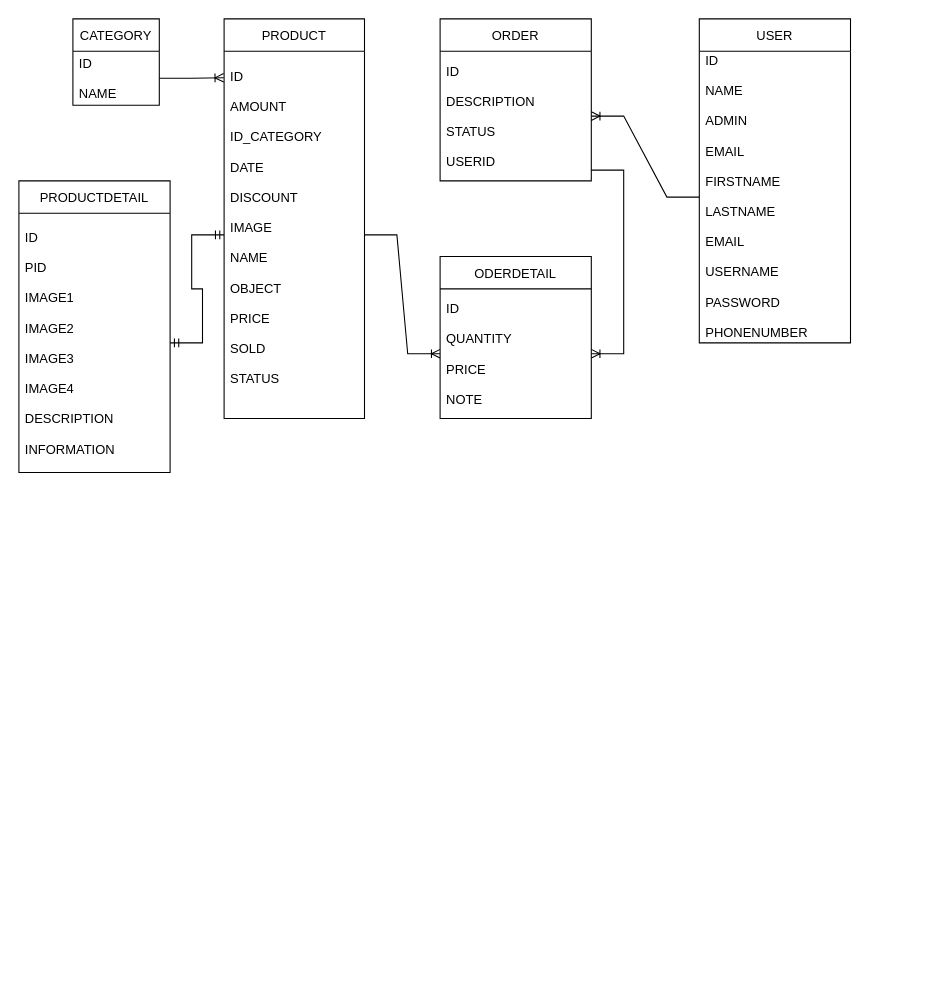
This is Database.drawio from hongvien123/PetShopApp, a draw.io file, before an edit. Source tidied: cells renumbered, new cells numbered last; positions are measured from the earlier drawing's top-left corner, leaving out a move shared by most shapes. Both pictures are drawn from the tidied source at 108%, with x=0, y=0 at pixel (18, 18).
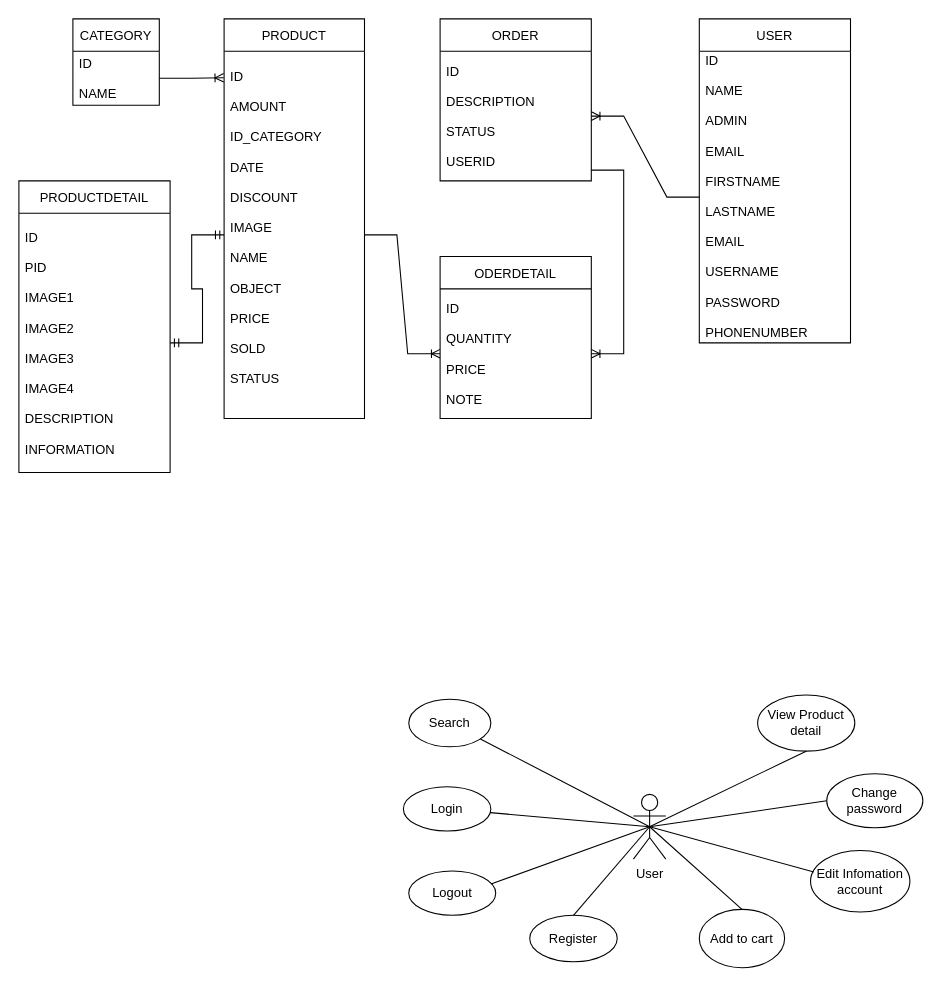
The same diagram, later.

Diff of the diagram source:
```diff
@@
+    <mxCell id="19" value="User" style="shape=umlActor;verticalLabelPosition=bottom;verticalAlign=top;html=1;outlineConnect=0;" parent="1" vertex="1">
+      <mxGeometry x="569" y="718" width="30" height="60" as="geometry" />
+    </mxCell>
+    <mxCell id="20" value="View Product detail" style="ellipse;whiteSpace=wrap;html=1;" parent="1" vertex="1">
+      <mxGeometry x="684" y="626" width="90" height="52" as="geometry" />
+    </mxCell>
+    <mxCell id="21" value="Search" style="ellipse;whiteSpace=wrap;html=1;" parent="1" vertex="1">
+      <mxGeometry x="361" y="630" width="76" height="44" as="geometry" />
+    </mxCell>
+    <mxCell id="22" value="Login" style="ellipse;whiteSpace=wrap;html=1;" parent="1" vertex="1">
+      <mxGeometry x="356" y="711" width="81" height="41" as="geometry" />
+    </mxCell>
+    <mxCell id="23" value="Logout" style="ellipse;whiteSpace=wrap;html=1;" parent="1" vertex="1">
+      <mxGeometry x="361" y="789" width="80.5" height="41" as="geometry" />
+    </mxCell>
+    <mxCell id="24" value="Register" style="ellipse;whiteSpace=wrap;html=1;" parent="1" vertex="1">
+      <mxGeometry x="473" y="830" width="81" height="43" as="geometry" />
+    </mxCell>
+    <mxCell id="25" value="Add to cart" style="ellipse;whiteSpace=wrap;html=1;" parent="1" vertex="1">
+      <mxGeometry x="630" y="824.5" width="79" height="54" as="geometry" />
+    </mxCell>
+    <mxCell id="26" value="Change password" style="ellipse;whiteSpace=wrap;html=1;" parent="1" vertex="1">
+      <mxGeometry x="748" y="699" width="89" height="50" as="geometry" />
+    </mxCell>
+    <mxCell id="27" value="Edit Infomation account" style="ellipse;whiteSpace=wrap;html=1;" parent="1" vertex="1">
+      <mxGeometry x="733" y="770" width="92" height="57" as="geometry" />
+    </mxCell>
+    <mxCell id="28" style="endArrow=none;html=1;rounded=0;exitX=0.946;exitY=0.293;exitDx=0;exitDy=0;exitPerimeter=0;entryX=0.5;entryY=0.5;entryDx=0;entryDy=0;entryPerimeter=0;" parent="1" edge="1" source="23" target="19">
+      <mxGeometry relative="1" as="geometry" />
+    </mxCell>
+    <mxCell id="29" style="endArrow=none;html=1;rounded=0;entryX=0.5;entryY=0.5;entryDx=0;entryDy=0;entryPerimeter=0;" parent="1" edge="1" source="22" target="19">
+      <mxGeometry relative="1" as="geometry" />
+    </mxCell>
+    <mxCell id="30" style="endArrow=none;html=1;rounded=0;entryX=0.5;entryY=0.5;entryDx=0;entryDy=0;entryPerimeter=0;" parent="1" edge="1" source="21" target="19">
+      <mxGeometry relative="1" as="geometry" />
+    </mxCell>
+    <mxCell id="31" style="endArrow=none;html=1;rounded=0;entryX=0.5;entryY=0;entryDx=0;entryDy=0;exitX=0.5;exitY=0.5;exitDx=0;exitDy=0;exitPerimeter=0;" parent="1" edge="1" source="19" target="24">
+      <mxGeometry relative="1" as="geometry" />
+    </mxCell>
+    <mxCell id="32" style="endArrow=none;html=1;rounded=0;entryX=0.5;entryY=1;entryDx=0;entryDy=0;exitX=0.5;exitY=0.5;exitDx=0;exitDy=0;exitPerimeter=0;" parent="1" edge="1" source="19" target="20">
+      <mxGeometry relative="1" as="geometry" />
+    </mxCell>
+    <mxCell id="33" style="endArrow=none;html=1;rounded=0;entryX=0;entryY=0.5;entryDx=0;entryDy=0;" parent="1" edge="1" target="26">
+      <mxGeometry relative="1" as="geometry">
+        <mxPoint x="584" y="748" as="sourcePoint" />
+      </mxGeometry>
+    </mxCell>
+    <mxCell id="34" style="endArrow=none;html=1;rounded=0;exitX=0.5;exitY=0.5;exitDx=0;exitDy=0;exitPerimeter=0;entryX=0.033;entryY=0.349;entryDx=0;entryDy=0;entryPerimeter=0;" parent="1" edge="1" source="19" target="27">
+      <mxGeometry relative="1" as="geometry" />
+    </mxCell>
+    <mxCell id="35" style="endArrow=none;html=1;rounded=0;exitX=0.5;exitY=0.5;exitDx=0;exitDy=0;exitPerimeter=0;entryX=0.5;entryY=0;entryDx=0;entryDy=0;" parent="1" edge="1" source="19" target="25">
+      <mxGeometry relative="1" as="geometry" />
+    </mxCell>
```
